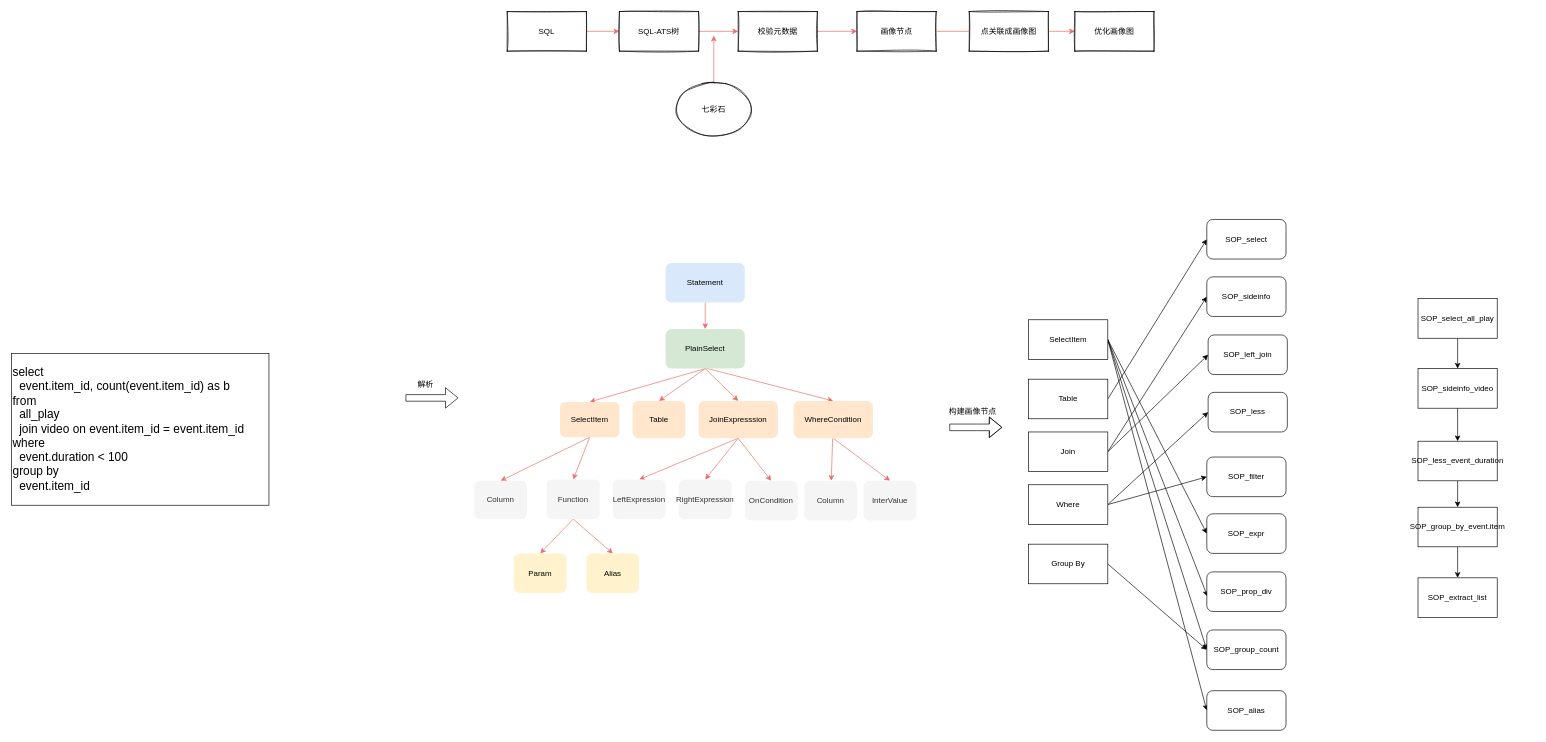
nullbull/uml keeps this draw.io diagram as page "Page-15" (15 of 17) of profile_dev_platform.drawio. Above is the earlier version. Source tidied: cells renumbered, new cells numbered last; positions are measured from the earlier drawing's top-left corner, leaving out a move shared by most shapes. Both pictures are drawn from the tidied source at 66%, with x=0, y=0 at pixel (11, 11).
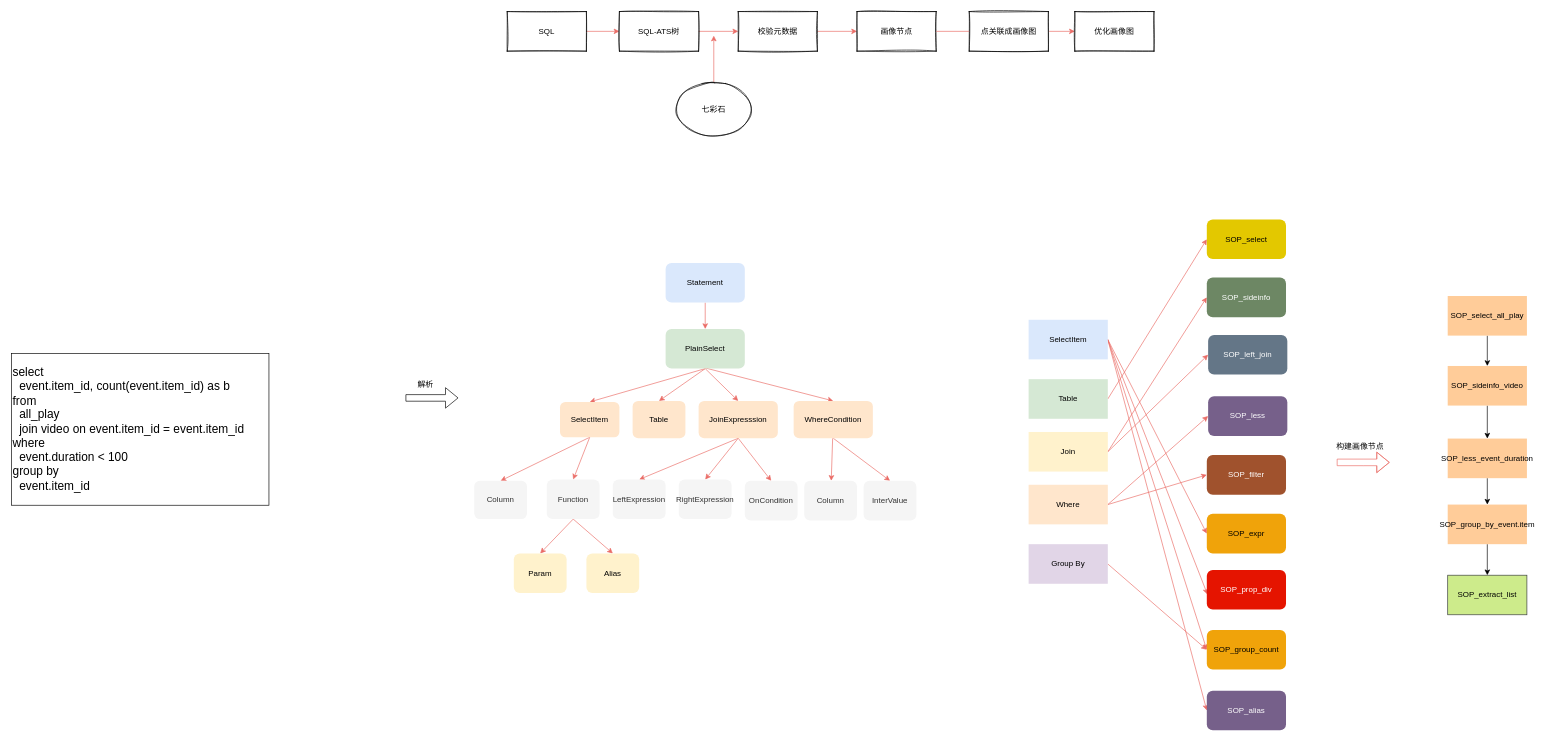
Above is the later version.

Change to the diagram source:
```diff
@@
-    <mxCell id="4" style="edgeStyle=none;rounded=0;jettySize=auto;html=1;exitX=1;exitY=0.5;exitDx=0;exitDy=0;entryX=0;entryY=0.5;entryDx=0;entryDy=0;" parent="1" edge="1" source="8" target="26">
+    <mxCell id="4" style="edgeStyle=none;rounded=0;jettySize=auto;html=1;exitX=1;exitY=0.5;exitDx=0;exitDy=0;entryX=0;entryY=0.5;entryDx=0;entryDy=0;strokeColor=#EA6B66;" parent="1" edge="1" source="8" target="26">
       <mxGeometry relative="1" as="geometry" />
     </mxCell>
-    <mxCell id="5" style="edgeStyle=none;rounded=0;jettySize=auto;html=1;entryX=0;entryY=0.5;entryDx=0;entryDy=0;exitX=1;exitY=0.5;exitDx=0;exitDy=0;" parent="1" edge="1" source="8" target="25">
+    <mxCell id="5" style="edgeStyle=none;rounded=0;jettySize=auto;html=1;entryX=0;entryY=0.5;entryDx=0;entryDy=0;exitX=1;exitY=0.5;exitDx=0;exitDy=0;strokeColor=#EA6B66;" parent="1" edge="1" source="8" target="25">
       <mxGeometry relative="1" as="geometry" />
     </mxCell>
-    <mxCell id="6" style="edgeStyle=none;rounded=0;jettySize=auto;html=1;entryX=0.008;entryY=0.617;entryDx=0;entryDy=0;entryPerimeter=0;exitX=1;exitY=0.5;exitDx=0;exitDy=0;" parent="1" edge="1" source="8" target="24">
+    <mxCell id="6" style="edgeStyle=none;rounded=0;jettySize=auto;html=1;entryX=0.008;entryY=0.617;entryDx=0;entryDy=0;entryPerimeter=0;exitX=1;exitY=0.5;exitDx=0;exitDy=0;strokeColor=#EA6B66;" parent="1" edge="1" source="8" target="24">
       <mxGeometry relative="1" as="geometry" />
     </mxCell>
-    <mxCell id="7" style="edgeStyle=none;rounded=0;jettySize=auto;html=1;entryX=0;entryY=0.5;entryDx=0;entryDy=0;exitX=1;exitY=0.5;exitDx=0;exitDy=0;" parent="1" edge="1" source="8" target="23">
+    <mxCell id="7" style="edgeStyle=none;rounded=0;jettySize=auto;html=1;entryX=0;entryY=0.5;entryDx=0;entryDy=0;exitX=1;exitY=0.5;exitDx=0;exitDy=0;strokeColor=#EA6B66;" parent="1" edge="1" source="8" target="23">
       <mxGeometry relative="1" as="geometry" />
     </mxCell>
-    <mxCell id="8" value="SelectItem" style="rounded=0;whiteSpace=wrap;html=1;" parent="1" vertex="1">
+    <mxCell id="8" value="SelectItem" style="rounded=0;whiteSpace=wrap;html=1;fillColor=#dae8fc;strokeColor=none;" parent="1" vertex="1">
       <mxGeometry x="1541" y="467" width="120" height="60" as="geometry" />
     </mxCell>
-    <mxCell id="9" style="rounded=0;jettySize=auto;html=1;entryX=0;entryY=0.5;entryDx=0;entryDy=0;exitX=1;exitY=0.5;exitDx=0;exitDy=0;" parent="1" edge="1" source="10" target="19">
+    <mxCell id="9" style="rounded=0;jettySize=auto;html=1;entryX=0;entryY=0.5;entryDx=0;entryDy=0;exitX=1;exitY=0.5;exitDx=0;exitDy=0;strokeColor=#EA6B66;" parent="1" edge="1" source="10" target="19">
       <mxGeometry relative="1" as="geometry" />
     </mxCell>
-    <mxCell id="10" value="Table" style="rounded=0;whiteSpace=wrap;html=1;" parent="1" vertex="1">
+    <mxCell id="10" value="Table" style="rounded=0;whiteSpace=wrap;html=1;fillColor=#d5e8d4;strokeColor=none;" parent="1" vertex="1">
       <mxGeometry x="1541" y="557" width="120" height="60" as="geometry" />
     </mxCell>
-    <mxCell id="11" style="edgeStyle=none;rounded=0;jettySize=auto;html=1;entryX=0;entryY=0.5;entryDx=0;entryDy=0;exitX=1;exitY=0.5;exitDx=0;exitDy=0;" parent="1" edge="1" source="13" target="20">
+    <mxCell id="11" style="edgeStyle=none;rounded=0;jettySize=auto;html=1;entryX=0;entryY=0.5;entryDx=0;entryDy=0;exitX=1;exitY=0.5;exitDx=0;exitDy=0;strokeColor=#EA6B66;" parent="1" edge="1" source="13" target="20">
       <mxGeometry relative="1" as="geometry" />
     </mxCell>
-    <mxCell id="12" style="rounded=0;jettySize=auto;html=1;entryX=0;entryY=0.5;entryDx=0;entryDy=0;exitX=1;exitY=0.5;exitDx=0;exitDy=0;" parent="1" edge="1" source="13" target="36">
+    <mxCell id="12" style="rounded=0;jettySize=auto;html=1;entryX=0;entryY=0.5;entryDx=0;entryDy=0;exitX=1;exitY=0.5;exitDx=0;exitDy=0;strokeColor=#EA6B66;" parent="1" edge="1" source="13" target="36">
       <mxGeometry relative="1" as="geometry" />
     </mxCell>
-    <mxCell id="13" value="Join" style="rounded=0;whiteSpace=wrap;html=1;" parent="1" vertex="1">
+    <mxCell id="13" value="Join" style="rounded=0;whiteSpace=wrap;html=1;fillColor=#fff2cc;strokeColor=none;" parent="1" vertex="1">
       <mxGeometry x="1541" y="637" width="120" height="60" as="geometry" />
     </mxCell>
-    <mxCell id="14" style="edgeStyle=none;rounded=0;jettySize=auto;html=1;entryX=0;entryY=0.5;entryDx=0;entryDy=0;exitX=1;exitY=0.5;exitDx=0;exitDy=0;" parent="1" edge="1" source="16" target="22">
+    <mxCell id="14" style="edgeStyle=none;rounded=0;jettySize=auto;html=1;entryX=0;entryY=0.5;entryDx=0;entryDy=0;exitX=1;exitY=0.5;exitDx=0;exitDy=0;strokeColor=#EA6B66;" parent="1" edge="1" source="16" target="22">
       <mxGeometry relative="1" as="geometry" />
     </mxCell>
-    <mxCell id="15" style="edgeStyle=none;rounded=0;jettySize=auto;html=1;entryX=0;entryY=0.5;entryDx=0;entryDy=0;exitX=1;exitY=0.5;exitDx=0;exitDy=0;" parent="1" edge="1" source="16" target="21">
+    <mxCell id="15" style="edgeStyle=none;rounded=0;jettySize=auto;html=1;entryX=0;entryY=0.5;entryDx=0;entryDy=0;exitX=1;exitY=0.5;exitDx=0;exitDy=0;strokeColor=#EA6B66;" parent="1" edge="1" source="16" target="21">
       <mxGeometry relative="1" as="geometry" />
     </mxCell>
-    <mxCell id="16" value="Where" style="rounded=0;whiteSpace=wrap;html=1;" parent="1" vertex="1">
+    <mxCell id="16" value="Where" style="rounded=0;whiteSpace=wrap;html=1;fillColor=#ffe6cc;strokeColor=none;" parent="1" vertex="1">
       <mxGeometry x="1541" y="717" width="120" height="60" as="geometry" />
     </mxCell>
-    <mxCell id="17" style="edgeStyle=none;rounded=0;jettySize=auto;html=1;exitX=1;exitY=0.5;exitDx=0;exitDy=0;entryX=0;entryY=0.5;entryDx=0;entryDy=0;" parent="1" edge="1" source="18" target="25">
+    <mxCell id="17" style="edgeStyle=none;rounded=0;jettySize=auto;html=1;exitX=1;exitY=0.5;exitDx=0;exitDy=0;entryX=0;entryY=0.5;entryDx=0;entryDy=0;strokeColor=#EA6B66;" parent="1" edge="1" source="18" target="25">
       <mxGeometry relative="1" as="geometry" />
     </mxCell>
-    <mxCell id="18" value="Group By" style="rounded=0;whiteSpace=wrap;html=1;" parent="1" vertex="1">
+    <mxCell id="18" value="Group By" style="rounded=0;whiteSpace=wrap;html=1;fillColor=#e1d5e7;strokeColor=none;" parent="1" vertex="1">
       <mxGeometry x="1541" y="807" width="120" height="60" as="geometry" />
     </mxCell>
-    <mxCell id="19" value="SOP_select" style="rounded=1;whiteSpace=wrap;html=1;" parent="1" vertex="1">
+    <mxCell id="19" value="SOP_select" style="rounded=1;whiteSpace=wrap;html=1;fillColor=#e3c800;fontColor=#000000;strokeColor=none;" parent="1" vertex="1">
       <mxGeometry x="1811" y="315" width="120" height="60" as="geometry" />
     </mxCell>
-    <mxCell id="20" value="SOP_left_join" style="rounded=1;whiteSpace=wrap;html=1;" parent="1" vertex="1">
+    <mxCell id="20" value="SOP_left_join" style="rounded=1;whiteSpace=wrap;html=1;fillColor=#647687;fontColor=#ffffff;strokeColor=none;" parent="1" vertex="1">
       <mxGeometry x="1813" y="490" width="120" height="60" as="geometry" />
     </mxCell>
-    <mxCell id="21" value="SOP_less" style="rounded=1;whiteSpace=wrap;html=1;" parent="1" vertex="1">
-      <mxGeometry x="1813" y="577" width="120" height="60" as="geometry" />
+    <mxCell id="21" value="SOP_less" style="rounded=1;whiteSpace=wrap;html=1;fillColor=#76608a;fontColor=#ffffff;strokeColor=none;" parent="1" vertex="1">
+      <mxGeometry x="1813" y="583" width="120" height="60" as="geometry" />
     </mxCell>
-    <mxCell id="22" value="SOP_filter" style="rounded=1;whiteSpace=wrap;html=1;" parent="1" vertex="1">
-      <mxGeometry x="1811" y="675" width="120" height="60" as="geometry" />
+    <mxCell id="22" value="SOP_filter" style="rounded=1;whiteSpace=wrap;html=1;fillColor=#a0522d;fontColor=#ffffff;strokeColor=none;" parent="1" vertex="1">
+      <mxGeometry x="1811" y="672" width="120" height="60" as="geometry" />
     </mxCell>
-    <mxCell id="23" value="SOP_expr" style="rounded=1;whiteSpace=wrap;html=1;" parent="1" vertex="1">
+    <mxCell id="23" value="SOP_expr" style="rounded=1;whiteSpace=wrap;html=1;fillColor=#f0a30a;fontColor=#000000;strokeColor=none;" parent="1" vertex="1">
       <mxGeometry x="1811" y="761" width="120" height="60" as="geometry" />
     </mxCell>
-    <mxCell id="24" value="SOP_prop_div" style="rounded=1;whiteSpace=wrap;html=1;" parent="1" vertex="1">
-      <mxGeometry x="1811" y="849" width="120" height="60" as="geometry" />
+    <mxCell id="24" value="SOP_prop_div" style="rounded=1;whiteSpace=wrap;html=1;fillColor=#e51400;fontColor=#ffffff;strokeColor=none;" parent="1" vertex="1">
+      <mxGeometry x="1811" y="846" width="120" height="60" as="geometry" />
     </mxCell>
-    <mxCell id="25" value="SOP_group_count" style="rounded=1;whiteSpace=wrap;html=1;" parent="1" vertex="1">
+    <mxCell id="25" value="SOP_group_count" style="rounded=1;whiteSpace=wrap;html=1;fillColor=#f0a30a;fontColor=#000000;strokeColor=none;" parent="1" vertex="1">
       <mxGeometry x="1811" y="937" width="120" height="60" as="geometry" />
     </mxCell>
-    <mxCell id="26" value="SOP_alias" style="rounded=1;whiteSpace=wrap;html=1;" parent="1" vertex="1">
+    <mxCell id="26" value="SOP_alias" style="rounded=1;whiteSpace=wrap;html=1;fillColor=#76608a;fontColor=#ffffff;strokeColor=none;" parent="1" vertex="1">
       <mxGeometry x="1811" y="1029" width="120" height="60" as="geometry" />
     </mxCell>
@@
-    <mxCell id="29" value="SOP_select_all_play" style="rounded=0;whiteSpace=wrap;html=1;" parent="1" vertex="1">
-      <mxGeometry x="2131" y="435" width="120" height="60" as="geometry" />
+    <mxCell id="29" value="SOP_select_all_play" style="rounded=0;whiteSpace=wrap;html=1;fillColor=#ffcc99;strokeColor=none;" parent="1" vertex="1">
+      <mxGeometry x="2176" y="431" width="120" height="60" as="geometry" />
     </mxCell>
@@
-    <mxCell id="31" value="SOP_sideinfo_video" style="rounded=0;whiteSpace=wrap;html=1;" parent="1" vertex="1">
-      <mxGeometry x="2131" y="541" width="120" height="60" as="geometry" />
+    <mxCell id="31" value="SOP_sideinfo_video" style="rounded=0;whiteSpace=wrap;html=1;fillColor=#ffcc99;strokeColor=none;" parent="1" vertex="1">
+      <mxGeometry x="2176" y="537" width="120" height="60" as="geometry" />
     </mxCell>
@@
-    <mxCell id="33" value="SOP_group_by_event.item" style="rounded=0;whiteSpace=wrap;html=1;" parent="1" vertex="1">
-      <mxGeometry x="2131" y="751" width="120" height="60" as="geometry" />
+    <mxCell id="33" value="SOP_group_by_event.item" style="rounded=0;whiteSpace=wrap;html=1;fillColor=#ffcc99;strokeColor=none;" parent="1" vertex="1">
+      <mxGeometry x="2176" y="747" width="120" height="60" as="geometry" />
     </mxCell>
@@
-    <mxCell id="35" value="SOP_less_event_duration" style="rounded=0;whiteSpace=wrap;html=1;" parent="1" vertex="1">
-      <mxGeometry x="2131" y="651" width="120" height="60" as="geometry" />
+    <mxCell id="35" value="SOP_less_event_duration" style="rounded=0;whiteSpace=wrap;html=1;fillColor=#ffcc99;strokeColor=none;" parent="1" vertex="1">
+      <mxGeometry x="2176" y="647" width="120" height="60" as="geometry" />
     </mxCell>
-    <mxCell id="36" value="SOP_sideinfo" style="rounded=1;whiteSpace=wrap;html=1;" parent="1" vertex="1">
-      <mxGeometry x="1811" y="402" width="120" height="60" as="geometry" />
+    <mxCell id="36" value="SOP_sideinfo" style="rounded=1;whiteSpace=wrap;html=1;fillColor=#6d8764;fontColor=#ffffff;strokeColor=none;" parent="1" vertex="1">
+      <mxGeometry x="1811" y="403" width="120" height="60" as="geometry" />
     </mxCell>
@@
-    <mxCell id="38" value="SOP_extract_list" style="rounded=0;whiteSpace=wrap;html=1;" parent="1" vertex="1">
-      <mxGeometry x="2131" y="858" width="120" height="60" as="geometry" />
+    <mxCell id="38" value="SOP_extract_list" style="rounded=0;whiteSpace=wrap;html=1;fillColor=#cdeb8b;strokeColor=#36393d;" parent="1" vertex="1">
+      <mxGeometry x="2176" y="854" width="120" height="60" as="geometry" />
     </mxCell>
-    <mxCell id="39" style="shape=flexArrow;endArrow=classic;html=1;" parent="1" edge="1">
+    <mxCell id="39" style="shape=flexArrow;endArrow=classic;html=1;strokeColor=#EA6B66;" parent="1" edge="1">
       <mxGeometry relative="1" as="geometry">
-        <mxPoint x="1421" y="630" as="sourcePoint" />
-        <mxPoint x="1501" y="630" as="targetPoint" />
+        <mxPoint x="2008" y="683.1" as="sourcePoint" />
+        <mxPoint x="2088" y="683.1" as="targetPoint" />
         <Array as="points">
-          <mxPoint x="1462" y="630" />
+          <mxPoint x="2049" y="683.1" />
+          <mxPoint x="2096" y="683.1" />
         </Array>
       </mxGeometry>
     </mxCell>
     <mxCell id="40" value="构建画像节点" style="text;html=1;align=center;verticalAlign=middle;strokeColor=none;" parent="1" vertex="1">
-      <mxGeometry x="1411" y="597" width="90" height="20" as="geometry" />
+      <mxGeometry x="1998" y="650.1" width="90" height="20" as="geometry" />
     </mxCell>
```
